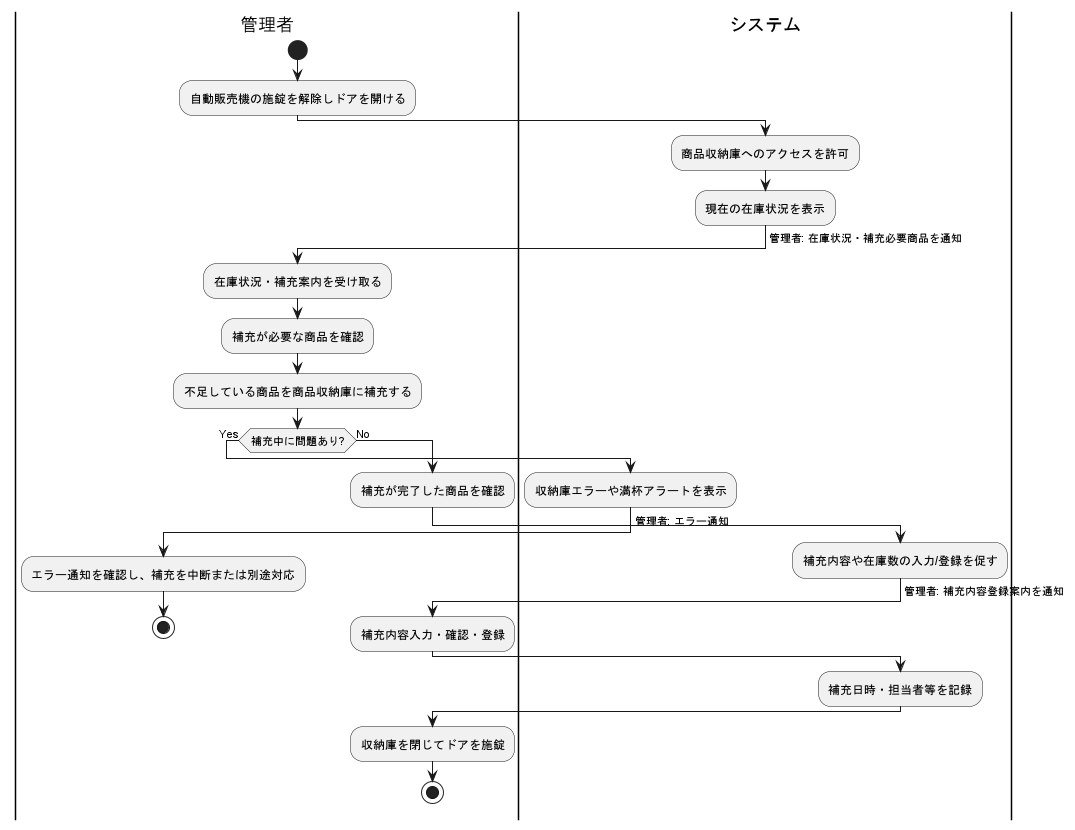
The PlantUML diagram アクティビティ図_ユースケース/商品を補充する.png in masaki-kato-119/VendingMachine, before a commit. Its diagram source:
```plantuml
@startuml
|管理者|
  start
  :自動販売機の施錠を解除しドアを開ける;

|システム|
  :商品収納庫へのアクセスを許可;
  :現在の在庫状況を表示;
  ->管理者: 在庫状況・補充必要商品を通知;

|管理者|
  :在庫状況・補充案内を受け取る;
  :補充が必要な商品を確認;
  :不足している商品を商品収納庫に補充する;

  if (補充中に問題あり?) then (Yes)
    |システム|
      :収納庫エラーや満杯アラートを表示;
      ->管理者: エラー通知;
    |管理者|
      :エラー通知を確認し、補充を中断または別途対応;
      stop
  else (No)
    :補充が完了した商品を確認;
    |システム|
      :補充内容や在庫数の入力/登録を促す;
      ->管理者: 補充内容登録案内を通知;
    |管理者|
      :補充内容入力・確認・登録;
    |システム|
      :補充日時・担当者等を記録;
    |管理者|
      :収納庫を閉じてドアを施錠;

      stop
  endif
@enduml
```
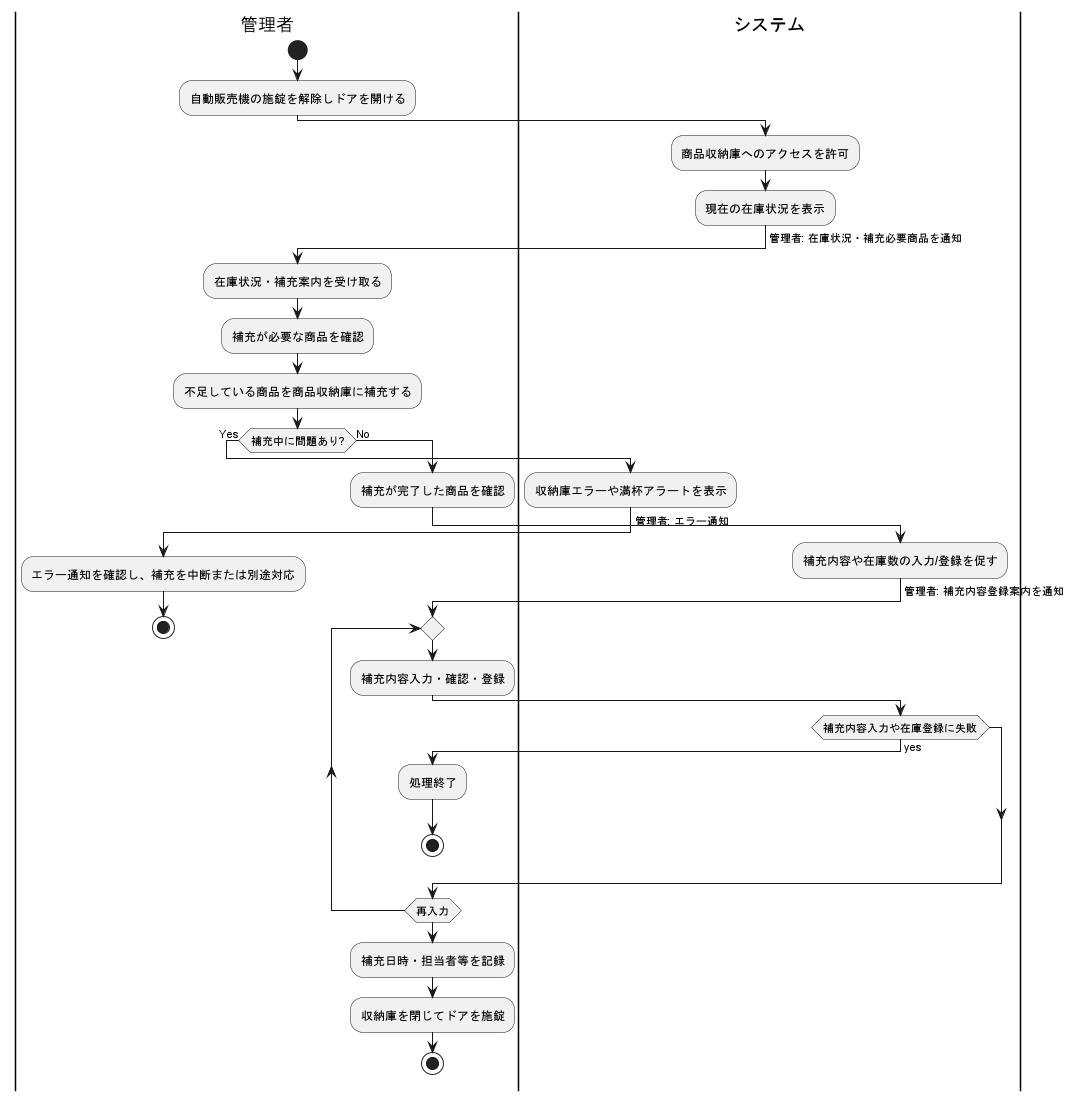
The same file after the commit.

Change to the diagram source:
```diff
@@ -25,9 +25,16 @@
     |システム|
       :補充内容や在庫数の入力/登録を促す;
       ->管理者: 補充内容登録案内を通知;
-    |管理者|
-      :補充内容入力・確認・登録;
-    |システム|
+    repeat
+      |管理者|
+        :補充内容入力・確認・登録;
+      |システム|
+      if (補充内容入力や在庫登録に失敗) then (yes)
+      |管理者|
+      :処理終了;
+      stop
+      endif
+    repeat while (再入力)
       :補充日時・担当者等を記録;
     |管理者|
       :収納庫を閉じてドアを施錠;
```
